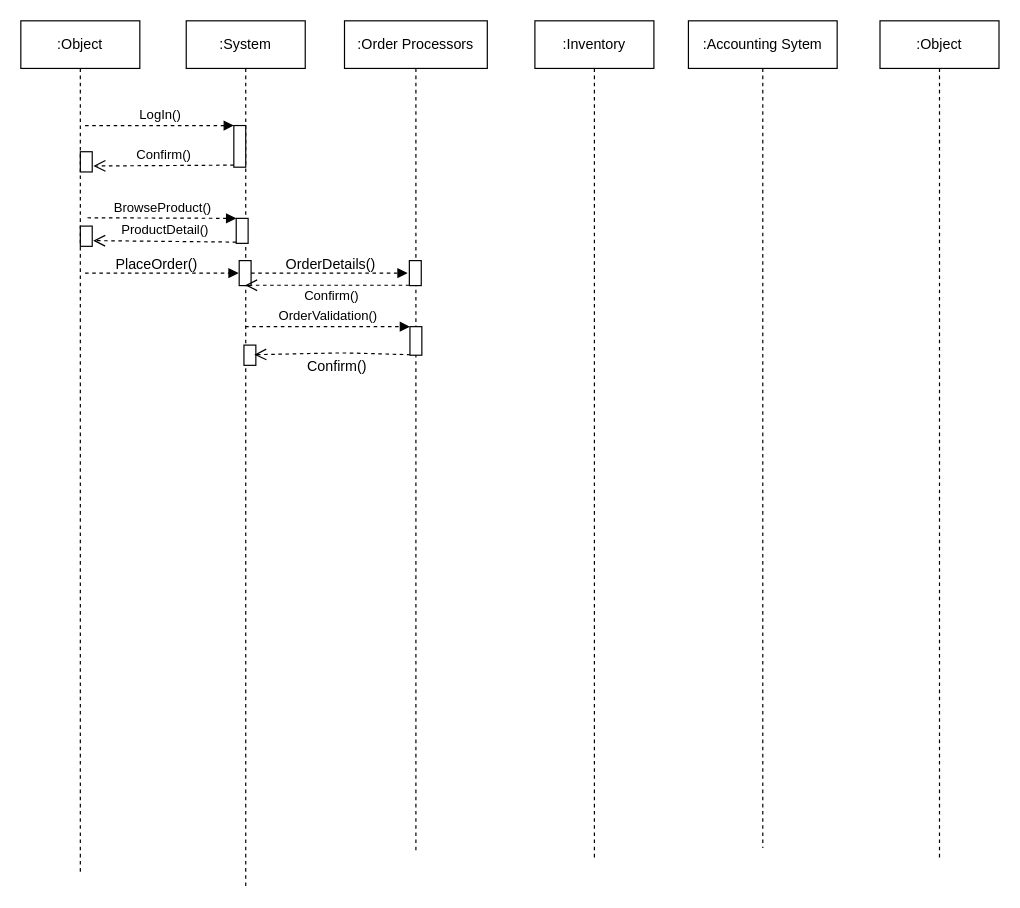
The draw.io diagram Untitled Diagram.drawio in codingXllama/Object-Oriented-Design-in-Java, before the edit. Source tidied: cells renumbered, new cells numbered last; positions are measured from the earlier drawing's top-left corner, leaving out a move shared by most shapes. Both pictures are drawn from the tidied source at 119%, with x=0, y=0 at pixel (20, 20).
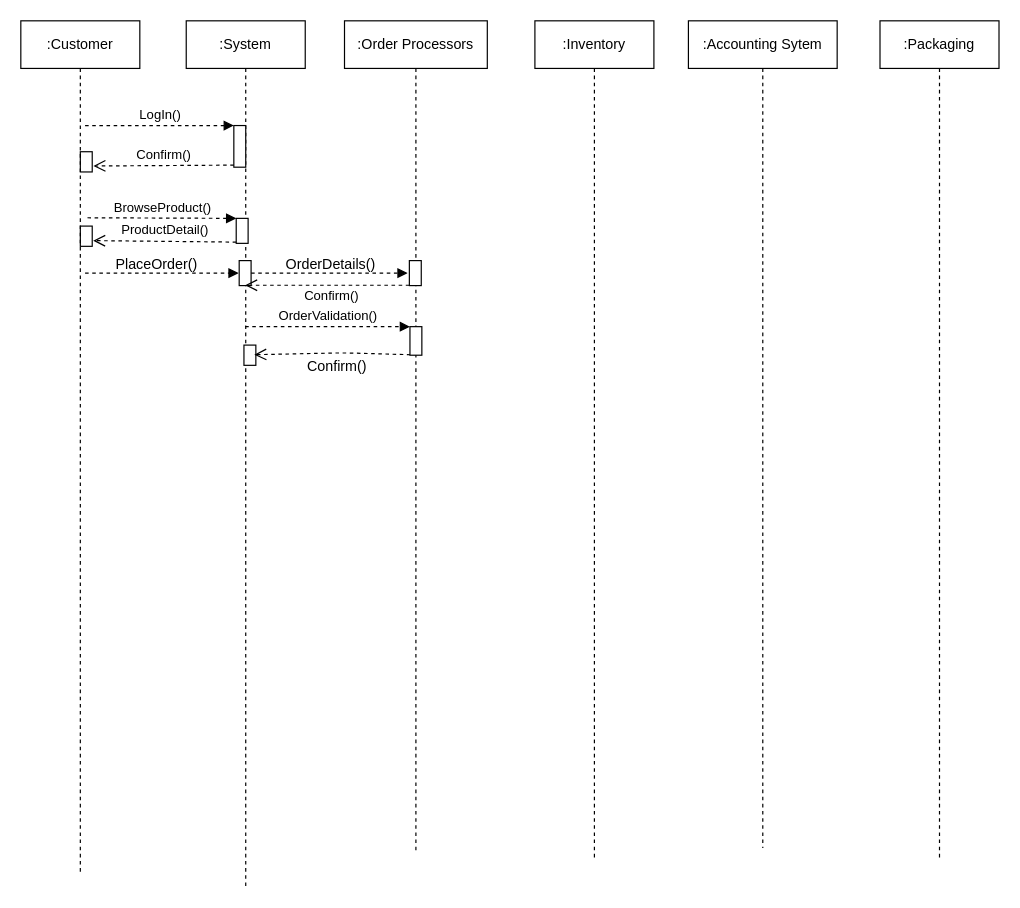
After the change.

Commit message:
Added Packaging Object

What changed in the source:
```diff
@@
-    <mxCell id="2" value=":Object" style="shape=umlLifeline;perimeter=lifelinePerimeter;whiteSpace=wrap;html=1;" parent="1" vertex="1">
+    <mxCell id="2" value=":Packaging&lt;br&gt;" style="shape=umlLifeline;perimeter=lifelinePerimeter;whiteSpace=wrap;html=1;" parent="1" vertex="1">
       <mxGeometry x="722" width="100" height="704" as="geometry" />
     </mxCell>
@@
-    <mxCell id="27" value=":Object" style="shape=umlLifeline;perimeter=lifelinePerimeter;whiteSpace=wrap;html=1;" parent="1" vertex="1">
+    <mxCell id="27" value=":Customer" style="shape=umlLifeline;perimeter=lifelinePerimeter;whiteSpace=wrap;html=1;" parent="1" vertex="1">
       <mxGeometry width="100" height="717" as="geometry" />
     </mxCell>
```
